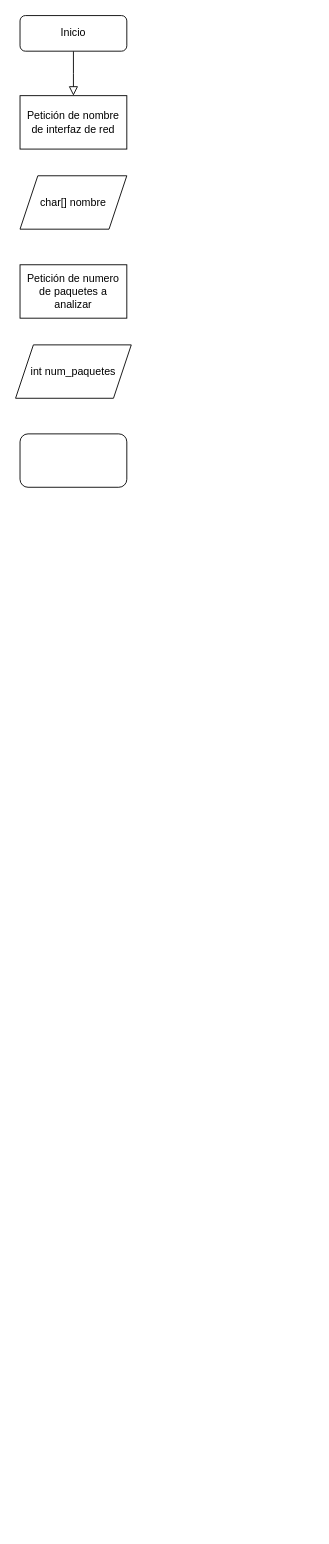
Before: Practica03Sniffer.drawio in Mariojoestar33/Practica03PI, a draw.io diagram. Source tidied: cells renumbered, new cells numbered last; positions are measured from the earlier drawing's top-left corner, leaving out a move shared by most shapes. Both pictures are drawn from the tidied source at 89%, with x=0, y=0 at pixel (15, 15).
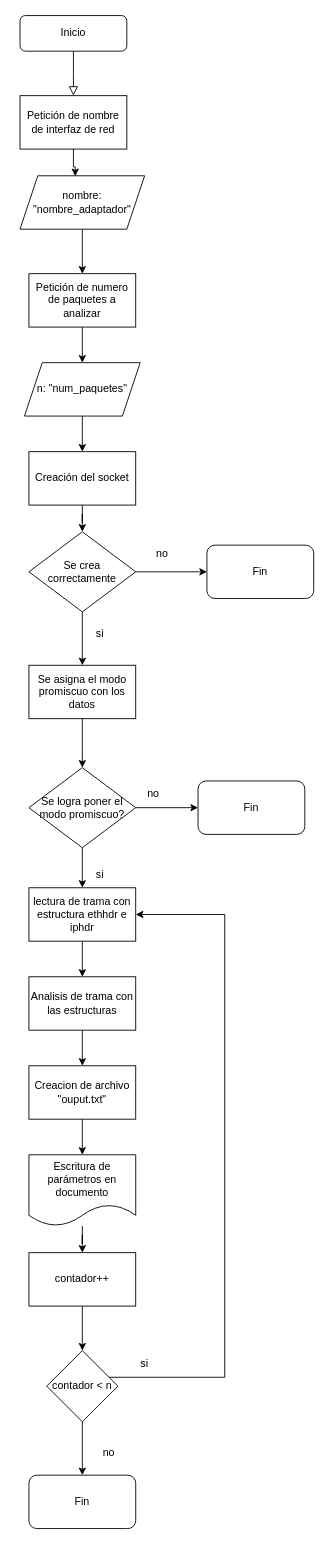
Above is the later version.

The change refers to these unchanged cells:
```xml
<mxCell id="8" value="Petición de nombre de interfaz de red" style="rounded=0;whiteSpace=wrap;html=1;" parent="1" vertex="1">
  <mxGeometry x="5" y="90" width="120" height="60" as="geometry" />
</mxCell>
```

What changed in the source:
```diff
@@
+    <mxCell id="11" style="edgeStyle=orthogonalEdgeStyle;rounded=0;jettySize=auto;html=1;" parent="1" edge="1" source="6" target="9">
+      <mxGeometry relative="1" as="geometry" />
+    </mxCell>
-    <mxCell id="6" value="char[] nombre" style="shape=parallelogram;perimeter=parallelogramPerimeter;whiteSpace=wrap;html=1;fixedSize=1;" parent="1" vertex="1">
-      <mxGeometry x="5" y="180" width="120" height="60" as="geometry" />
+    <mxCell id="6" value="nombre: &quot;nombre_adaptador&quot;" style="shape=parallelogram;perimeter=parallelogramPerimeter;whiteSpace=wrap;html=1;fixedSize=1;" parent="1" vertex="1">
+      <mxGeometry x="5" y="180" width="140" height="60" as="geometry" />
     </mxCell>
-    <mxCell id="7" style="rounded=1;whiteSpace=wrap;html=1;" parent="1" vertex="1">
-      <mxGeometry x="5" y="470" width="120" height="60" as="geometry" />
-    </mxCell>
@@
+    <mxCell id="12" style="edgeStyle=orthogonalEdgeStyle;rounded=0;jettySize=auto;html=1;" parent="1" edge="1" source="9" target="10">
+      <mxGeometry relative="1" as="geometry" />
+    </mxCell>
     <mxCell id="9" value="Petición de numero de paquetes a analizar" style="rounded=0;whiteSpace=wrap;html=1;" parent="1" vertex="1">
-      <mxGeometry x="5" y="280" width="120" height="60" as="geometry" />
+      <mxGeometry x="15" y="290" width="120" height="60" as="geometry" />
     </mxCell>
+    <mxCell id="13" style="edgeStyle=orthogonalEdgeStyle;rounded=0;jettySize=auto;html=1;" parent="1" edge="1" source="10" target="16">
+      <mxGeometry relative="1" as="geometry" />
+    </mxCell>
-    <mxCell id="10" value="int num_paquetes" style="shape=parallelogram;perimeter=parallelogramPerimeter;whiteSpace=wrap;html=1;fixedSize=1;" parent="1" vertex="1">
-      <mxGeometry y="370" width="130" height="60" as="geometry" />
+    <mxCell id="10" value="n: &quot;num_paquetes&quot;" style="shape=parallelogram;perimeter=parallelogramPerimeter;whiteSpace=wrap;html=1;fixedSize=1;" parent="1" vertex="1">
+      <mxGeometry x="10" y="390" width="130" height="60" as="geometry" />
     </mxCell>
+    <mxCell id="14" style="edgeStyle=orthogonalEdgeStyle;rounded=0;jettySize=auto;html=1;entryX=0.443;entryY=0.007;entryDx=0;entryDy=0;entryPerimeter=0;" parent="1" edge="1" source="8" target="6">
+      <mxGeometry relative="1" as="geometry" />
+    </mxCell>
+    <mxCell id="15" style="edgeStyle=orthogonalEdgeStyle;rounded=0;jettySize=auto;html=1;" parent="1" edge="1" source="16" target="19">
+      <mxGeometry relative="1" as="geometry" />
+    </mxCell>
+    <mxCell id="16" value="Creación del socket" style="rounded=0;whiteSpace=wrap;html=1;" parent="1" vertex="1">
+      <mxGeometry x="15" y="490" width="120" height="60" as="geometry" />
+    </mxCell>
+    <mxCell id="17" style="edgeStyle=orthogonalEdgeStyle;rounded=0;jettySize=auto;html=1;entryX=0;entryY=0.5;entryDx=0;entryDy=0;" parent="1" edge="1" source="19" target="20">
+      <mxGeometry relative="1" as="geometry" />
+    </mxCell>
+    <mxCell id="18" style="edgeStyle=orthogonalEdgeStyle;rounded=0;jettySize=auto;html=1;entryX=0.5;entryY=0;entryDx=0;entryDy=0;" parent="1" edge="1" source="19" target="22">
+      <mxGeometry relative="1" as="geometry" />
+    </mxCell>
+    <mxCell id="19" value="Se crea correctamente" style="rhombus;whiteSpace=wrap;html=1;" parent="1" vertex="1">
+      <mxGeometry x="15" y="580" width="120" height="90" as="geometry" />
+    </mxCell>
+    <mxCell id="20" value="Fin" style="rounded=1;whiteSpace=wrap;html=1;" parent="1" vertex="1">
+      <mxGeometry x="215" y="595" width="120" height="60" as="geometry" />
+    </mxCell>
+    <mxCell id="21" style="edgeStyle=orthogonalEdgeStyle;rounded=0;jettySize=auto;html=1;entryX=0.5;entryY=0;entryDx=0;entryDy=0;" parent="1" edge="1" source="22" target="25">
+      <mxGeometry relative="1" as="geometry" />
+    </mxCell>
+    <mxCell id="22" value="Se asigna el modo promiscuo con los datos" style="rounded=0;whiteSpace=wrap;html=1;" parent="1" vertex="1">
+      <mxGeometry x="15" y="730" width="120" height="60" as="geometry" />
+    </mxCell>
+    <mxCell id="23" style="edgeStyle=orthogonalEdgeStyle;rounded=0;jettySize=auto;html=1;" parent="1" edge="1" source="25" target="26">
+      <mxGeometry relative="1" as="geometry" />
+    </mxCell>
+    <mxCell id="24" style="edgeStyle=orthogonalEdgeStyle;rounded=0;jettySize=auto;html=1;" parent="1" edge="1" source="25" target="28">
+      <mxGeometry relative="1" as="geometry" />
+    </mxCell>
+    <mxCell id="25" value="Se logra poner el modo promiscuo?" style="rhombus;whiteSpace=wrap;html=1;" parent="1" vertex="1">
+      <mxGeometry x="15" y="845" width="120" height="90" as="geometry" />
+    </mxCell>
+    <mxCell id="26" value="Fin" style="rounded=1;whiteSpace=wrap;html=1;" parent="1" vertex="1">
+      <mxGeometry x="205" y="860" width="120" height="60" as="geometry" />
+    </mxCell>
+    <mxCell id="27" style="edgeStyle=orthogonalEdgeStyle;rounded=0;jettySize=auto;html=1;entryX=0.5;entryY=0;entryDx=0;entryDy=0;" parent="1" edge="1" source="28" target="30">
+      <mxGeometry relative="1" as="geometry" />
+    </mxCell>
+    <mxCell id="28" value="lectura de trama con estructura ethhdr e iphdr" style="rounded=0;whiteSpace=wrap;html=1;" parent="1" vertex="1">
+      <mxGeometry x="15" y="980" width="120" height="60" as="geometry" />
+    </mxCell>
+    <mxCell id="29" style="edgeStyle=orthogonalEdgeStyle;rounded=0;jettySize=auto;html=1;entryX=0.5;entryY=0;entryDx=0;entryDy=0;" parent="1" edge="1" source="30" target="34">
+      <mxGeometry relative="1" as="geometry" />
+    </mxCell>
+    <mxCell id="30" value="Analisis de trama con las estructuras" style="rounded=0;whiteSpace=wrap;html=1;" parent="1" vertex="1">
+      <mxGeometry x="15" y="1080" width="120" height="60" as="geometry" />
+    </mxCell>
+    <mxCell id="31" style="edgeStyle=orthogonalEdgeStyle;rounded=0;jettySize=auto;html=1;entryX=0.5;entryY=0;entryDx=0;entryDy=0;" parent="1" edge="1" source="32" target="39">
+      <mxGeometry relative="1" as="geometry" />
+    </mxCell>
+    <mxCell id="32" value="contador++" style="rounded=0;whiteSpace=wrap;html=1;" parent="1" vertex="1">
+      <mxGeometry x="15" y="1390" width="120" height="60" as="geometry" />
+    </mxCell>
+    <mxCell id="33" style="edgeStyle=orthogonalEdgeStyle;rounded=0;jettySize=auto;html=1;entryX=0.5;entryY=0;entryDx=0;entryDy=0;" parent="1" edge="1" source="34" target="36">
+      <mxGeometry relative="1" as="geometry" />
+    </mxCell>
+    <mxCell id="34" value="Creacion de archivo &quot;ouput.txt&quot;" style="rounded=0;whiteSpace=wrap;html=1;" parent="1" vertex="1">
+      <mxGeometry x="15" y="1180" width="120" height="60" as="geometry" />
+    </mxCell>
+    <mxCell id="35" style="edgeStyle=orthogonalEdgeStyle;rounded=0;jettySize=auto;html=1;entryX=0.5;entryY=0;entryDx=0;entryDy=0;" parent="1" edge="1" source="36" target="32">
+      <mxGeometry relative="1" as="geometry" />
+    </mxCell>
+    <mxCell id="36" value="Escritura de parámetros en documento" style="shape=document;whiteSpace=wrap;html=1;boundedLbl=1;" parent="1" vertex="1">
+      <mxGeometry x="15" y="1280" width="120" height="80" as="geometry" />
+    </mxCell>
+    <mxCell id="37" style="edgeStyle=orthogonalEdgeStyle;rounded=0;jettySize=auto;html=1;entryX=1;entryY=0.5;entryDx=0;entryDy=0;" parent="1" edge="1" source="39" target="28">
+      <mxGeometry relative="1" as="geometry">
+        <Array as="points">
+          <mxPoint x="235" y="1530" />
+          <mxPoint x="235" y="1010" />
+        </Array>
+      </mxGeometry>
+    </mxCell>
+    <mxCell id="38" style="edgeStyle=orthogonalEdgeStyle;rounded=0;jettySize=auto;html=1;entryX=0.5;entryY=0;entryDx=0;entryDy=0;" parent="1" edge="1" source="39" target="40">
+      <mxGeometry relative="1" as="geometry" />
+    </mxCell>
+    <mxCell id="39" value="contador &amp;lt; n" style="rhombus;whiteSpace=wrap;html=1;" parent="1" vertex="1">
+      <mxGeometry x="35" y="1500" width="80" height="80" as="geometry" />
+    </mxCell>
+    <mxCell id="40" value="Fin" style="rounded=1;whiteSpace=wrap;html=1;" parent="1" vertex="1">
+      <mxGeometry x="15" y="1640" width="120" height="60" as="geometry" />
+    </mxCell>
+    <mxCell id="41" value="no" style="text;html=1;align=center;verticalAlign=middle;whiteSpace=wrap;rounded=0;" parent="1" vertex="1">
+      <mxGeometry x="75" y="1600" width="60" height="30" as="geometry" />
+    </mxCell>
+    <mxCell id="42" value="no" style="text;html=1;align=center;verticalAlign=middle;whiteSpace=wrap;rounded=0;" parent="1" vertex="1">
+      <mxGeometry x="125" y="860" width="60" height="30" as="geometry" />
+    </mxCell>
+    <mxCell id="43" value="no" style="text;html=1;align=center;verticalAlign=middle;whiteSpace=wrap;rounded=0;" parent="1" vertex="1">
+      <mxGeometry x="135" y="590" width="60" height="30" as="geometry" />
+    </mxCell>
+    <mxCell id="44" value="si" style="text;html=1;align=center;verticalAlign=middle;whiteSpace=wrap;rounded=0;" parent="1" vertex="1">
+      <mxGeometry x="65" y="680" width="60" height="30" as="geometry" />
+    </mxCell>
+    <mxCell id="45" value="si" style="text;html=1;align=center;verticalAlign=middle;whiteSpace=wrap;rounded=0;" parent="1" vertex="1">
+      <mxGeometry x="65" y="950" width="60" height="30" as="geometry" />
+    </mxCell>
+    <mxCell id="46" value="si" style="text;html=1;align=center;verticalAlign=middle;whiteSpace=wrap;rounded=0;" parent="1" vertex="1">
+      <mxGeometry x="115" y="1500" width="60" height="30" as="geometry" />
+    </mxCell>
```
